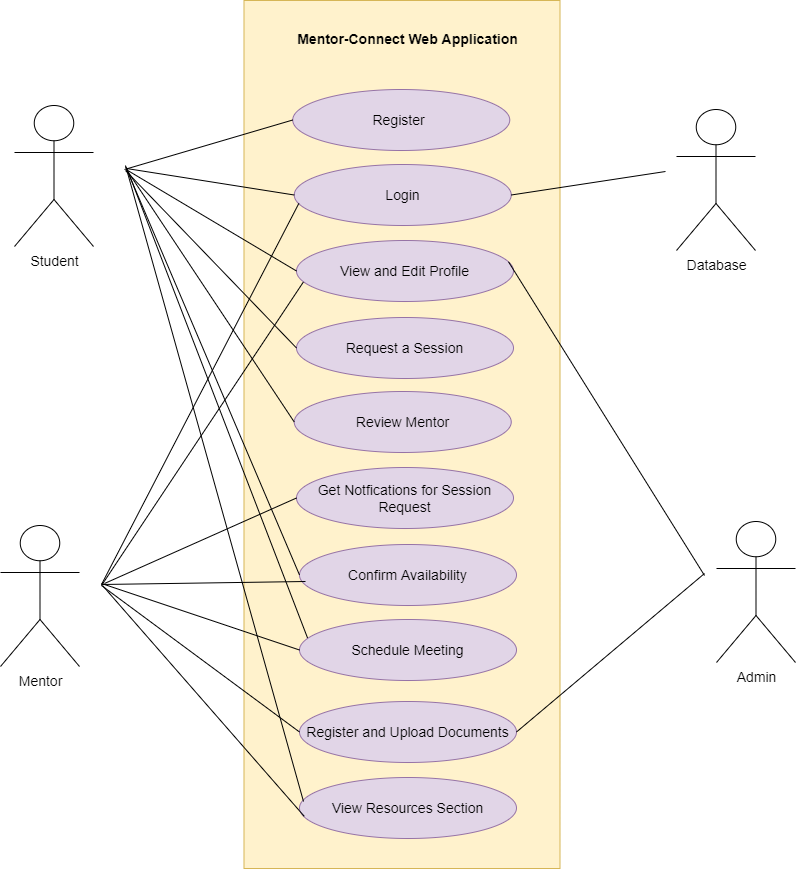
Above: Documentation/UseCaseDiagram.png in aj18coep/SEMP-II (draw.io), before the change. Source tidied: cells renumbered, new cells last; positions are measured from the earlier drawing's top-left corner, leaving out a move shared by most shapes. Its diagram source:
```xml
<mxGraphModel>
  <root>
    <mxCell id="0" />
    <mxCell id="1" parent="0" />
    <mxCell id="2" style="rounded=0;whiteSpace=wrap;html=1;hachureGap=4;fontSize=14;fillColor=#fff2cc;strokeColor=#d6b656;" parent="1" vertex="1">
      <mxGeometry x="243.5" width="316" height="868" as="geometry" />
    </mxCell>
    <mxCell id="3" value="&lt;span style=&quot;font-size: 14px;&quot;&gt;Register&amp;nbsp;&lt;/span&gt;" style="ellipse;whiteSpace=wrap;html=1;hachureGap=4;fontSize=14;fillColor=#e1d5e7;strokeColor=#9673a6;" parent="1" vertex="1">
      <mxGeometry x="292.2" y="89" width="217" height="61" as="geometry" />
    </mxCell>
    <mxCell id="4" value="View and Edit Profile" style="ellipse;whiteSpace=wrap;html=1;hachureGap=4;fontSize=14;fillColor=#e1d5e7;strokeColor=#9673a6;" parent="1" vertex="1">
      <mxGeometry x="296" y="240" width="217" height="61" as="geometry" />
    </mxCell>
    <mxCell id="5" value="Login" style="ellipse;whiteSpace=wrap;html=1;hachureGap=4;fontSize=14;fillColor=#e1d5e7;strokeColor=#9673a6;" parent="1" vertex="1">
      <mxGeometry x="293.8" y="164" width="217" height="61" as="geometry" />
    </mxCell>
    <mxCell id="6" value="Request a Session" style="ellipse;whiteSpace=wrap;html=1;hachureGap=4;fontSize=14;fillColor=#e1d5e7;strokeColor=#9673a6;" parent="1" vertex="1">
      <mxGeometry x="296" y="317" width="217" height="61" as="geometry" />
    </mxCell>
    <mxCell id="7" value="Review Mentor" style="ellipse;whiteSpace=wrap;html=1;hachureGap=4;fontSize=14;fillColor=#e1d5e7;strokeColor=#9673a6;" parent="1" vertex="1">
      <mxGeometry x="293.8" y="391" width="217" height="61" as="geometry" />
    </mxCell>
    <mxCell id="8" value="Confirm Availability" style="ellipse;whiteSpace=wrap;html=1;hachureGap=4;fontSize=14;fillColor=#e1d5e7;strokeColor=#9673a6;" parent="1" vertex="1">
      <mxGeometry x="299" y="544" width="217" height="61" as="geometry" />
    </mxCell>
    <mxCell id="9" value="Schedule Meeting" style="ellipse;whiteSpace=wrap;html=1;hachureGap=4;fontSize=14;fillColor=#e1d5e7;strokeColor=#9673a6;" parent="1" vertex="1">
      <mxGeometry x="299" y="619" width="217" height="61" as="geometry" />
    </mxCell>
    <mxCell id="10" value="Register and Upload Documents" style="ellipse;whiteSpace=wrap;html=1;hachureGap=4;fontSize=14;fillColor=#e1d5e7;strokeColor=#9673a6;" parent="1" vertex="1">
      <mxGeometry x="299" y="701" width="217" height="61" as="geometry" />
    </mxCell>
    <mxCell id="11" value="Get Notfications for Session Request" style="ellipse;whiteSpace=wrap;html=1;hachureGap=4;fontSize=14;fillColor=#e1d5e7;strokeColor=#9673a6;" parent="1" vertex="1">
      <mxGeometry x="296" y="467" width="217" height="61" as="geometry" />
    </mxCell>
    <mxCell id="12" value="View Resources Section" style="ellipse;whiteSpace=wrap;html=1;hachureGap=4;fontSize=14;fillColor=#e1d5e7;strokeColor=#9673a6;" parent="1" vertex="1">
      <mxGeometry x="299" y="777" width="217" height="61" as="geometry" />
    </mxCell>
    <mxCell id="13" value="&lt;font style=&quot;font-size: 14px&quot;&gt;&lt;b&gt;Mentor-Connect Web Application&lt;/b&gt;&lt;/font&gt;" style="text;html=1;strokeColor=none;fillColor=none;align=center;verticalAlign=middle;whiteSpace=wrap;rounded=0;fontSize=14;" parent="1" vertex="1">
      <mxGeometry x="284.1" y="11" width="246.8" height="56" as="geometry" />
    </mxCell>
    <mxCell id="14" style="endArrow=none;html=1;rounded=0;fontSize=14;entryX=0;entryY=0.5;entryDx=0;entryDy=0;" parent="1" edge="1" target="3">
      <mxGeometry relative="1" as="geometry">
        <mxPoint x="124" y="169" as="sourcePoint" />
      </mxGeometry>
    </mxCell>
    <mxCell id="15" value="Student" style="shape=umlActor;verticalLabelPosition=bottom;verticalAlign=top;html=1;fontSize=14;" parent="1" vertex="1">
      <mxGeometry x="14" y="105" width="79" height="141" as="geometry" />
    </mxCell>
    <mxCell id="16" value="Database" style="shape=umlActor;verticalLabelPosition=bottom;verticalAlign=top;html=1;fontSize=14;" parent="1" vertex="1">
      <mxGeometry x="676" y="109" width="79" height="141" as="geometry" />
    </mxCell>
    <mxCell id="17" value="Mentor" style="shape=umlActor;verticalLabelPosition=bottom;verticalAlign=top;html=1;fontSize=14;" parent="1" vertex="1">
      <mxGeometry y="525" width="79" height="141" as="geometry" />
    </mxCell>
    <mxCell id="18" value="Admin" style="shape=umlActor;verticalLabelPosition=bottom;verticalAlign=top;html=1;fontSize=14;" parent="1" vertex="1">
      <mxGeometry x="716" y="521" width="79" height="141" as="geometry" />
    </mxCell>
    <mxCell id="19" style="endArrow=none;html=1;rounded=0;fontSize=14;entryX=0;entryY=0.5;entryDx=0;entryDy=0;" parent="1" edge="1" target="5">
      <mxGeometry relative="1" as="geometry">
        <mxPoint x="126" y="168" as="sourcePoint" />
      </mxGeometry>
    </mxCell>
    <mxCell id="20" style="endArrow=none;html=1;rounded=0;fontSize=14;entryX=0;entryY=0.5;entryDx=0;entryDy=0;" parent="1" edge="1" target="4">
      <mxGeometry relative="1" as="geometry">
        <mxPoint x="126" y="169.2" as="sourcePoint" />
      </mxGeometry>
    </mxCell>
    <mxCell id="21" style="endArrow=none;html=1;rounded=0;fontSize=14;entryX=0;entryY=0.5;entryDx=0;entryDy=0;" parent="1" edge="1" target="6">
      <mxGeometry relative="1" as="geometry">
        <mxPoint x="125" y="170" as="sourcePoint" />
      </mxGeometry>
    </mxCell>
    <mxCell id="22" style="endArrow=none;html=1;rounded=0;fontSize=14;entryX=0;entryY=0.5;entryDx=0;entryDy=0;" parent="1" edge="1" target="7">
      <mxGeometry relative="1" as="geometry">
        <mxPoint x="126" y="169" as="sourcePoint" />
      </mxGeometry>
    </mxCell>
    <mxCell id="23" style="endArrow=none;html=1;rounded=0;fontSize=14;entryX=0;entryY=0.5;entryDx=0;entryDy=0;" parent="1" edge="1" target="8">
      <mxGeometry relative="1" as="geometry">
        <mxPoint x="125" y="166" as="sourcePoint" />
      </mxGeometry>
    </mxCell>
    <mxCell id="24" style="endArrow=none;html=1;rounded=0;fontSize=14;entryX=0.037;entryY=0.302;entryDx=0;entryDy=0;entryPerimeter=0;" parent="1" edge="1" target="9">
      <mxGeometry relative="1" as="geometry">
        <mxPoint x="126" y="167" as="sourcePoint" />
      </mxGeometry>
    </mxCell>
    <mxCell id="25" style="endArrow=none;html=1;rounded=0;fontSize=14;exitX=1;exitY=0.5;exitDx=0;exitDy=0;" parent="1" edge="1" source="5">
      <mxGeometry relative="1" as="geometry">
        <mxPoint x="665" y="171" as="targetPoint" />
      </mxGeometry>
    </mxCell>
    <mxCell id="26" style="endArrow=none;html=1;rounded=0;fontSize=14;entryX=0;entryY=0.5;entryDx=0;entryDy=0;" parent="1" edge="1" target="10">
      <mxGeometry relative="1" as="geometry">
        <mxPoint x="101" y="585" as="sourcePoint" />
      </mxGeometry>
    </mxCell>
    <mxCell id="27" style="endArrow=none;html=1;rounded=0;fontSize=14;entryX=0.021;entryY=0.639;entryDx=0;entryDy=0;entryPerimeter=0;" parent="1" edge="1" target="5">
      <mxGeometry relative="1" as="geometry">
        <mxPoint x="101" y="584" as="sourcePoint" />
      </mxGeometry>
    </mxCell>
    <mxCell id="28" style="endArrow=none;html=1;rounded=0;fontSize=14;entryX=0.032;entryY=0.679;entryDx=0;entryDy=0;entryPerimeter=0;" parent="1" edge="1" target="4">
      <mxGeometry relative="1" as="geometry">
        <mxPoint x="101" y="585" as="sourcePoint" />
      </mxGeometry>
    </mxCell>
    <mxCell id="29" style="endArrow=none;html=1;rounded=0;fontSize=14;" parent="1" edge="1">
      <mxGeometry relative="1" as="geometry">
        <mxPoint x="101" y="584" as="sourcePoint" />
        <mxPoint x="305" y="581" as="targetPoint" />
      </mxGeometry>
    </mxCell>
    <mxCell id="30" style="endArrow=none;html=1;rounded=0;fontSize=14;entryX=0;entryY=0.5;entryDx=0;entryDy=0;" parent="1" edge="1" target="9">
      <mxGeometry relative="1" as="geometry">
        <mxPoint x="101" y="583" as="sourcePoint" />
      </mxGeometry>
    </mxCell>
    <mxCell id="31" style="endArrow=none;html=1;rounded=0;fontSize=14;entryX=0;entryY=0.5;entryDx=0;entryDy=0;" parent="1" edge="1" target="11">
      <mxGeometry relative="1" as="geometry">
        <mxPoint x="104" y="583" as="sourcePoint" />
      </mxGeometry>
    </mxCell>
    <mxCell id="32" style="endArrow=none;html=1;rounded=0;fontSize=14;entryX=0.022;entryY=0.636;entryDx=0;entryDy=0;entryPerimeter=0;" parent="1" edge="1" target="12">
      <mxGeometry relative="1" as="geometry">
        <mxPoint x="102" y="585" as="sourcePoint" />
      </mxGeometry>
    </mxCell>
    <mxCell id="33" style="endArrow=none;html=1;rounded=0;fontSize=14;" parent="1" edge="1">
      <mxGeometry relative="1" as="geometry">
        <mxPoint x="125" y="165" as="sourcePoint" />
        <mxPoint x="303" y="801" as="targetPoint" />
      </mxGeometry>
    </mxCell>
    <mxCell id="34" style="endArrow=none;html=1;rounded=0;fontSize=14;exitX=1;exitY=0.5;exitDx=0;exitDy=0;" parent="1" edge="1" source="10">
      <mxGeometry relative="1" as="geometry">
        <mxPoint x="704" y="573" as="targetPoint" />
      </mxGeometry>
    </mxCell>
    <mxCell id="35" style="endArrow=none;html=1;rounded=0;fontSize=14;exitX=0.837;exitY=0.301;exitDx=0;exitDy=0;exitPerimeter=0;" parent="1" edge="1" source="2">
      <mxGeometry relative="1" as="geometry">
        <mxPoint x="704" y="575" as="targetPoint" />
      </mxGeometry>
    </mxCell>
  </root>
</mxGraphModel>
```
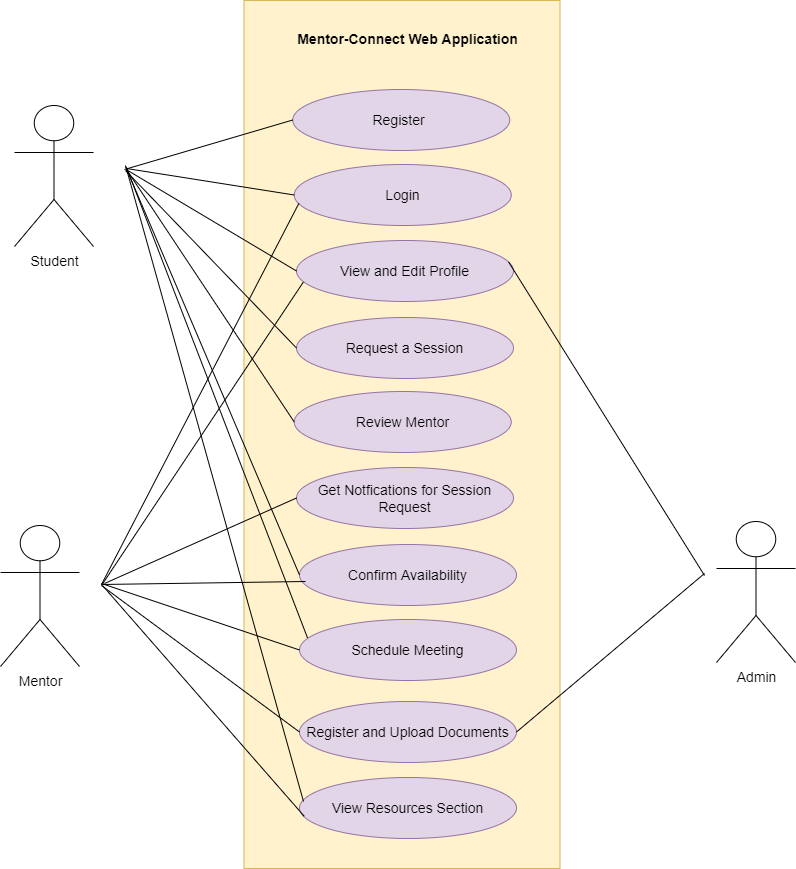
Above is the later version.

Commit message:
modified use case diagram

What changed in the source:
```diff
@@ -46,9 +46,6 @@
     <mxCell id="15" value="Student" style="shape=umlActor;verticalLabelPosition=bottom;verticalAlign=top;html=1;fontSize=14;" parent="1" vertex="1">
       <mxGeometry x="14" y="105" width="79" height="141" as="geometry" />
     </mxCell>
-    <mxCell id="16" value="Database" style="shape=umlActor;verticalLabelPosition=bottom;verticalAlign=top;html=1;fontSize=14;" parent="1" vertex="1">
-      <mxGeometry x="676" y="109" width="79" height="141" as="geometry" />
-    </mxCell>
     <mxCell id="17" value="Mentor" style="shape=umlActor;verticalLabelPosition=bottom;verticalAlign=top;html=1;fontSize=14;" parent="1" vertex="1">
       <mxGeometry y="525" width="79" height="141" as="geometry" />
     </mxCell>
@@ -85,11 +82,6 @@
         <mxPoint x="126" y="167" as="sourcePoint" />
       </mxGeometry>
     </mxCell>
-    <mxCell id="25" style="endArrow=none;html=1;rounded=0;fontSize=14;exitX=1;exitY=0.5;exitDx=0;exitDy=0;" parent="1" edge="1" source="5">
-      <mxGeometry relative="1" as="geometry">
-        <mxPoint x="665" y="171" as="targetPoint" />
-      </mxGeometry>
-    </mxCell>
     <mxCell id="26" style="endArrow=none;html=1;rounded=0;fontSize=14;entryX=0;entryY=0.5;entryDx=0;entryDy=0;" parent="1" edge="1" target="10">
       <mxGeometry relative="1" as="geometry">
         <mxPoint x="101" y="585" as="sourcePoint" />
```
